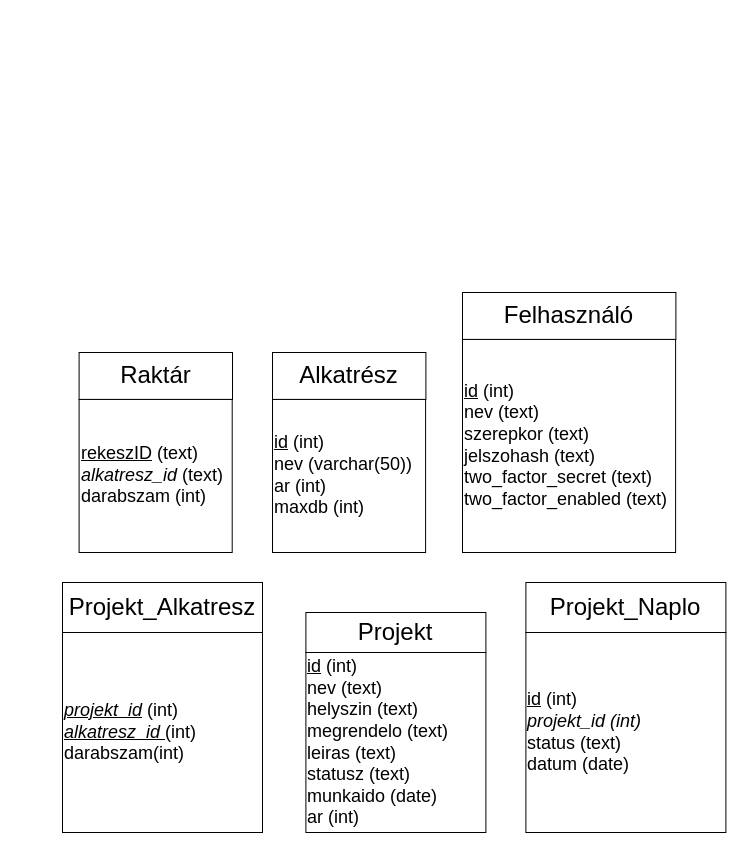
Above: Documentation/relacios.drawio in Sztoner/Beadando2026 (draw.io), before the change. Source tidied: cells renumbered, new cells numbered last; positions are measured from the earlier drawing's top-left corner, leaving out a move shared by most shapes. Both pictures are drawn from the tidied source at 100%, with x=0, y=0 at pixel (62, 292).
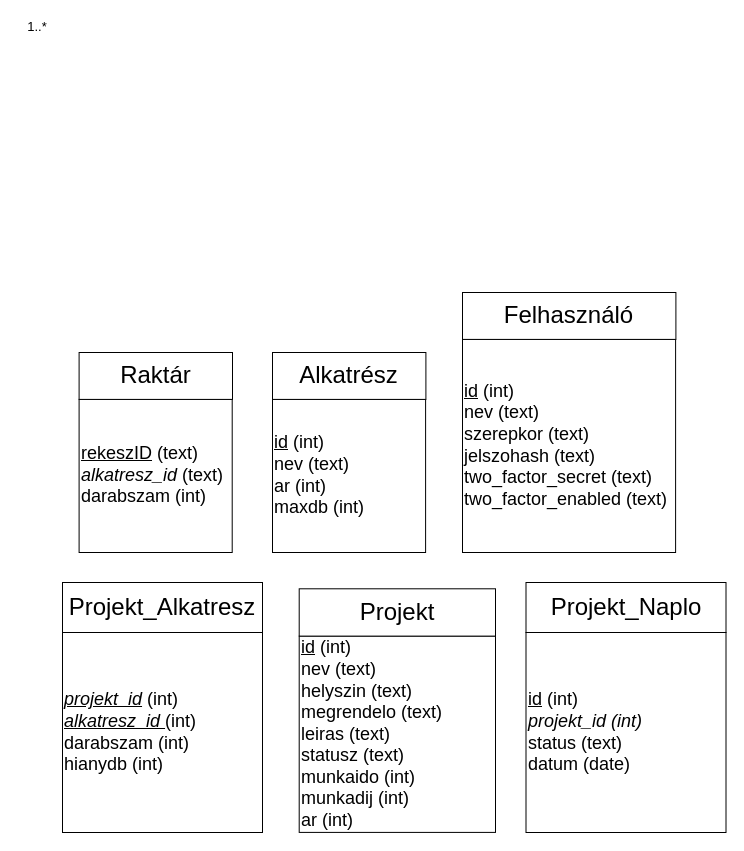
The same diagram, later.

Commit message (it also covers changes not shown here):
Dokumentáció frissítés

What changed in the source:
```diff
@@
 <mxGraphModel>
   <root>
     <mxCell id="0" />
     <mxCell id="1" parent="0" />
+    <mxCell id="14" value="1..*" style="text;html=1;whiteSpace=wrap;strokeColor=none;fillColor=none;align=center;verticalAlign=middle;rounded=0;fontSize=13;" parent="1" vertex="1">
+      <mxGeometry x="-45.3" y="-275.7" width="40" height="20" as="geometry" />
+    </mxCell>
     <mxCell id="2" value="&lt;div&gt;&lt;span style=&quot;font-size: 18px;&quot;&gt;&lt;u&gt;rekeszID&lt;/u&gt;&amp;nbsp;(text)&lt;/span&gt;&lt;/div&gt;&lt;div&gt;&lt;i style=&quot;font-size: 18px; background-color: transparent; color: light-dark(rgb(0, 0, 0), rgb(255, 255, 255));&quot;&gt;alkatresz_id&lt;/i&gt;&lt;span style=&quot;font-size: 18px; background-color: transparent; color: light-dark(rgb(0, 0, 0), rgb(255, 255, 255));&quot;&gt; (text)&lt;/span&gt;&lt;/div&gt;&lt;div&gt;&lt;span style=&quot;font-size: 18px;&quot;&gt;darabszam (int)&lt;/span&gt;&lt;/div&gt;" style="whiteSpace=wrap;html=1;align=left;" parent="1" vertex="1">
       <mxGeometry x="16.6" y="106.9" width="153.1" height="153.1" as="geometry" />
     </mxCell>
     <mxCell id="3" value="&lt;font style=&quot;font-size: 24px;&quot;&gt;Raktár&lt;/font&gt;" style="rounded=0;whiteSpace=wrap;html=1;" parent="1" vertex="1">
       <mxGeometry x="16.6" y="60" width="153.4" height="46.9" as="geometry" />
     </mxCell>
-    <mxCell id="4" value="&lt;div&gt;&lt;span style=&quot;font-size: 18px;&quot;&gt;&lt;u&gt;id&lt;/u&gt; (int)&lt;/span&gt;&lt;/div&gt;&lt;div&gt;&lt;span style=&quot;font-size: 18px;&quot;&gt;nev (varchar(50))&lt;/span&gt;&lt;/div&gt;&lt;div&gt;&lt;span style=&quot;font-size: 18px;&quot;&gt;ar (int)&lt;/span&gt;&lt;/div&gt;&lt;div&gt;&lt;span style=&quot;font-size: 18px;&quot;&gt;maxdb (int)&lt;/span&gt;&lt;/div&gt;" style="whiteSpace=wrap;html=1;align=left;" parent="1" vertex="1">
-      <mxGeometry x="210" y="106.9" width="153.1" height="153.1" as="geometry" />
-    </mxCell>
+    <mxCell id="15" value="&lt;div&gt;&lt;span style=&quot;font-size: 18px;&quot;&gt;&lt;u&gt;id&lt;/u&gt; (int)&lt;/span&gt;&lt;/div&gt;&lt;div&gt;&lt;span style=&quot;font-size: 18px;&quot;&gt;nev (text&lt;/span&gt;&lt;span style=&quot;font-size: 18px; background-color: transparent; color: light-dark(rgb(0, 0, 0), rgb(255, 255, 255));&quot;&gt;)&lt;/span&gt;&lt;/div&gt;&lt;div&gt;&lt;span style=&quot;font-size: 18px;&quot;&gt;ar (int)&lt;/span&gt;&lt;/div&gt;&lt;div&gt;&lt;span style=&quot;font-size: 18px;&quot;&gt;maxdb (int)&lt;/span&gt;&lt;/div&gt;" style="whiteSpace=wrap;html=1;align=left;" parent="1" vertex="1">
+      <mxGeometry x="210" y="106.9" width="153.1" height="153.1" as="geometry" />
+    </mxCell>
     <mxCell id="5" value="&lt;font style=&quot;font-size: 24px;&quot;&gt;Alkatrész&lt;/font&gt;" style="rounded=0;whiteSpace=wrap;html=1;" parent="1" vertex="1">
       <mxGeometry x="210" y="60" width="153.4" height="46.9" as="geometry" />
     </mxCell>
-    <mxCell id="6" value="&lt;div&gt;&lt;span style=&quot;font-size: 18px;&quot;&gt;&lt;u&gt;id&lt;/u&gt;&amp;nbsp;(int)&lt;/span&gt;&lt;/div&gt;&lt;div&gt;&lt;span style=&quot;font-size: 18px;&quot;&gt;nev (text)&lt;/span&gt;&lt;/div&gt;&lt;div&gt;&lt;span style=&quot;font-size: 18px;&quot;&gt;helyszin (text)&lt;/span&gt;&lt;/div&gt;&lt;div&gt;&lt;span style=&quot;font-size: 18px;&quot;&gt;megrendelo (text)&lt;/span&gt;&lt;/div&gt;&lt;div&gt;&lt;span style=&quot;font-size: 18px;&quot;&gt;leiras (text)&lt;/span&gt;&lt;/div&gt;&lt;div&gt;&lt;span style=&quot;font-size: 18px;&quot;&gt;statusz (text)&lt;/span&gt;&lt;/div&gt;&lt;div&gt;&lt;span style=&quot;font-size: 18px;&quot;&gt;munkaido (date)&lt;/span&gt;&lt;/div&gt;&lt;div&gt;&lt;span style=&quot;font-size: 18px;&quot;&gt;ar (int)&lt;/span&gt;&lt;/div&gt;" style="whiteSpace=wrap;html=1;align=left;" parent="1" vertex="1">
-      <mxGeometry x="243.4" y="360" width="180" height="180" as="geometry" />
-    </mxCell>
+    <mxCell id="16" value="&lt;div&gt;&lt;span style=&quot;font-size: 18px;&quot;&gt;&lt;u&gt;id&lt;/u&gt;&amp;nbsp;(int)&lt;/span&gt;&lt;/div&gt;&lt;div&gt;&lt;span style=&quot;font-size: 18px;&quot;&gt;nev (text)&lt;/span&gt;&lt;/div&gt;&lt;div&gt;&lt;span style=&quot;font-size: 18px;&quot;&gt;helyszin (text)&lt;/span&gt;&lt;/div&gt;&lt;div&gt;&lt;span style=&quot;font-size: 18px;&quot;&gt;megrendelo (text)&lt;/span&gt;&lt;/div&gt;&lt;div&gt;&lt;span style=&quot;font-size: 18px;&quot;&gt;leiras (text)&lt;/span&gt;&lt;/div&gt;&lt;div&gt;&lt;span style=&quot;font-size: 18px;&quot;&gt;statusz (text)&lt;/span&gt;&lt;/div&gt;&lt;div&gt;&lt;span style=&quot;font-size: 18px;&quot;&gt;munkaido (int)&lt;/span&gt;&lt;/div&gt;&lt;div&gt;&lt;span style=&quot;font-size: 18px;&quot;&gt;munkadij (int)&lt;/span&gt;&lt;/div&gt;&lt;div&gt;&lt;span style=&quot;font-size: 18px;&quot;&gt;ar (int)&lt;/span&gt;&lt;/div&gt;" style="whiteSpace=wrap;html=1;align=left;" parent="1" vertex="1">
+      <mxGeometry x="236.7" y="343.6" width="196.3" height="196.3" as="geometry" />
+    </mxCell>
     <mxCell id="7" value="&lt;span style=&quot;font-size: 24px;&quot;&gt;Projekt&lt;/span&gt;" style="rounded=0;whiteSpace=wrap;html=1;" parent="1" vertex="1">
-      <mxGeometry x="243.4" y="320" width="180" height="40" as="geometry" />
+      <mxGeometry x="236.7" y="296.3" width="196.3" height="47.3" as="geometry" />
     </mxCell>
     <mxCell id="8" value="&lt;div&gt;&lt;span style=&quot;font-size: 18px;&quot;&gt;&lt;u&gt;id&lt;/u&gt; (int)&lt;/span&gt;&lt;/div&gt;&lt;div&gt;&lt;span style=&quot;font-size: 18px;&quot;&gt;nev (text)&lt;/span&gt;&lt;/div&gt;&lt;div&gt;&lt;span style=&quot;font-size: 18px;&quot;&gt;szerepkor (text)&lt;/span&gt;&lt;/div&gt;&lt;div&gt;&lt;span style=&quot;font-size: 18px;&quot;&gt;jelszohash (text)&lt;/span&gt;&lt;/div&gt;&lt;div&gt;&lt;span style=&quot;font-size: 18px;&quot;&gt;two_factor_secret (text)&lt;/span&gt;&lt;/div&gt;&lt;div&gt;&lt;span style=&quot;font-size: 18px;&quot;&gt;two_factor_enabled (text)&lt;/span&gt;&lt;/div&gt;" style="whiteSpace=wrap;html=1;align=left;" parent="1" vertex="1">
       <mxGeometry x="400" y="46.9" width="213.1" height="213.1" as="geometry" />
     </mxCell>
     <mxCell id="9" value="&lt;span style=&quot;font-size: 24px;&quot;&gt;Felhasználó&lt;/span&gt;" style="rounded=0;whiteSpace=wrap;html=1;" parent="1" vertex="1">
       <mxGeometry x="400" width="213.4" height="46.9" as="geometry" />
     </mxCell>
-    <mxCell id="10" value="&lt;div&gt;&lt;span style=&quot;font-size: 18px;&quot;&gt;&lt;u style=&quot;font-style: italic;&quot;&gt;projekt_id&lt;/u&gt;&amp;nbsp;(int&lt;/span&gt;&lt;span style=&quot;font-size: 18px; background-color: transparent; color: light-dark(rgb(0, 0, 0), rgb(255, 255, 255));&quot;&gt;)&lt;/span&gt;&lt;/div&gt;&lt;div&gt;&lt;span style=&quot;font-size: 18px;&quot;&gt;&lt;u style=&quot;font-style: italic;&quot;&gt;alkatresz_id &lt;/u&gt;(int)&lt;/span&gt;&lt;/div&gt;&lt;div&gt;&lt;span style=&quot;font-size: 18px;&quot;&gt;darabszam(int)&lt;/span&gt;&lt;/div&gt;" style="whiteSpace=wrap;html=1;align=left;" parent="1" vertex="1">
-      <mxGeometry y="340" width="200" height="200" as="geometry" />
-    </mxCell>
+    <mxCell id="17" value="&lt;div&gt;&lt;span style=&quot;font-size: 18px;&quot;&gt;&lt;u style=&quot;font-style: italic;&quot;&gt;projekt_id&lt;/u&gt;&amp;nbsp;(int&lt;/span&gt;&lt;span style=&quot;font-size: 18px; background-color: transparent; color: light-dark(rgb(0, 0, 0), rgb(255, 255, 255));&quot;&gt;)&lt;/span&gt;&lt;/div&gt;&lt;div&gt;&lt;span style=&quot;font-size: 18px;&quot;&gt;&lt;u style=&quot;font-style: italic;&quot;&gt;alkatresz_id &lt;/u&gt;(int)&lt;/span&gt;&lt;/div&gt;&lt;div&gt;&lt;span style=&quot;font-size: 18px;&quot;&gt;darabszam (int)&lt;/span&gt;&lt;/div&gt;&lt;div&gt;&lt;span style=&quot;font-size: 18px;&quot;&gt;hianydb (int)&lt;/span&gt;&lt;/div&gt;" style="whiteSpace=wrap;html=1;align=left;" parent="1" vertex="1">
+      <mxGeometry y="340" width="200" height="200" as="geometry" />
+    </mxCell>
     <mxCell id="11" value="&lt;span style=&quot;font-size: 24px;&quot;&gt;Projekt_Alkatresz&lt;/span&gt;" style="rounded=0;whiteSpace=wrap;html=1;" parent="1" vertex="1">
       <mxGeometry y="290" width="200" height="50" as="geometry" />
     </mxCell>
     <mxCell id="12" value="&lt;span style=&quot;font-size: 18px;&quot;&gt;&lt;u&gt;id&lt;/u&gt;&amp;nbsp;(int)&lt;/span&gt;&lt;div&gt;&lt;span style=&quot;font-size: 18px;&quot;&gt;&lt;i&gt;projekt_id (int)&lt;/i&gt;&lt;/span&gt;&lt;/div&gt;&lt;div&gt;&lt;span style=&quot;font-size: 18px;&quot;&gt;status (text)&lt;/span&gt;&lt;/div&gt;&lt;div&gt;&lt;span style=&quot;font-size: 18px;&quot;&gt;datum (date)&lt;/span&gt;&lt;/div&gt;" style="whiteSpace=wrap;html=1;align=left;" parent="1" vertex="1">
-      <mxGeometry x="463.4" y="340" width="200" height="200" as="geometry" />
+      <mxGeometry x="463.5" y="340" width="200" height="200" as="geometry" />
     </mxCell>
     <mxCell id="13" value="&lt;span style=&quot;font-size: 24px;&quot;&gt;Projekt_Naplo&lt;/span&gt;" style="rounded=0;whiteSpace=wrap;html=1;" parent="1" vertex="1">
-      <mxGeometry x="463.4" y="290" width="200" height="50" as="geometry" />
+      <mxGeometry x="463.5" y="290" width="200" height="50" as="geometry" />
     </mxCell>
   </root>
 </mxGraphModel>
```
